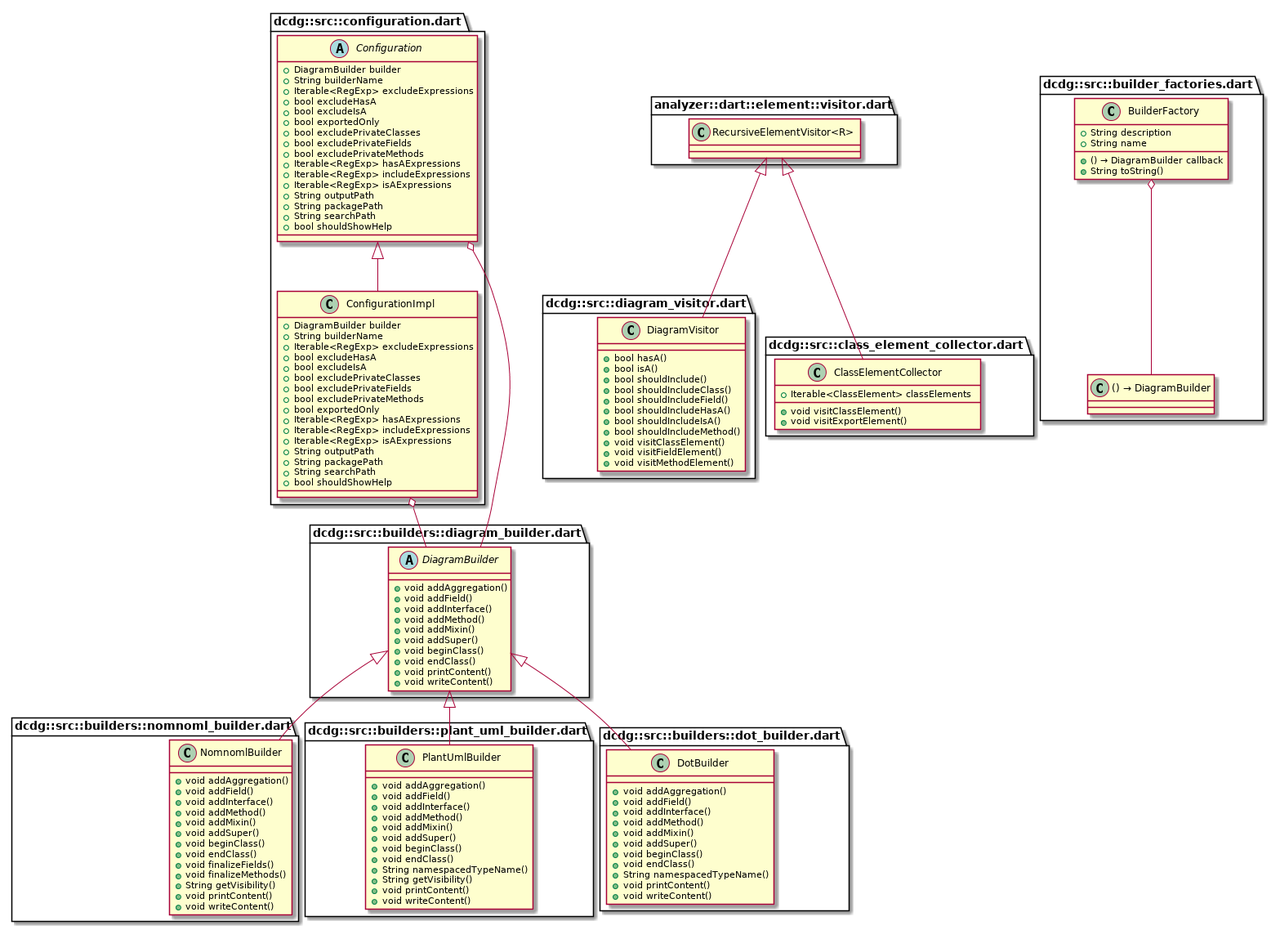
Earlier version of the PlantUML export example/dcdg.png (glesica/dcdg.dart).
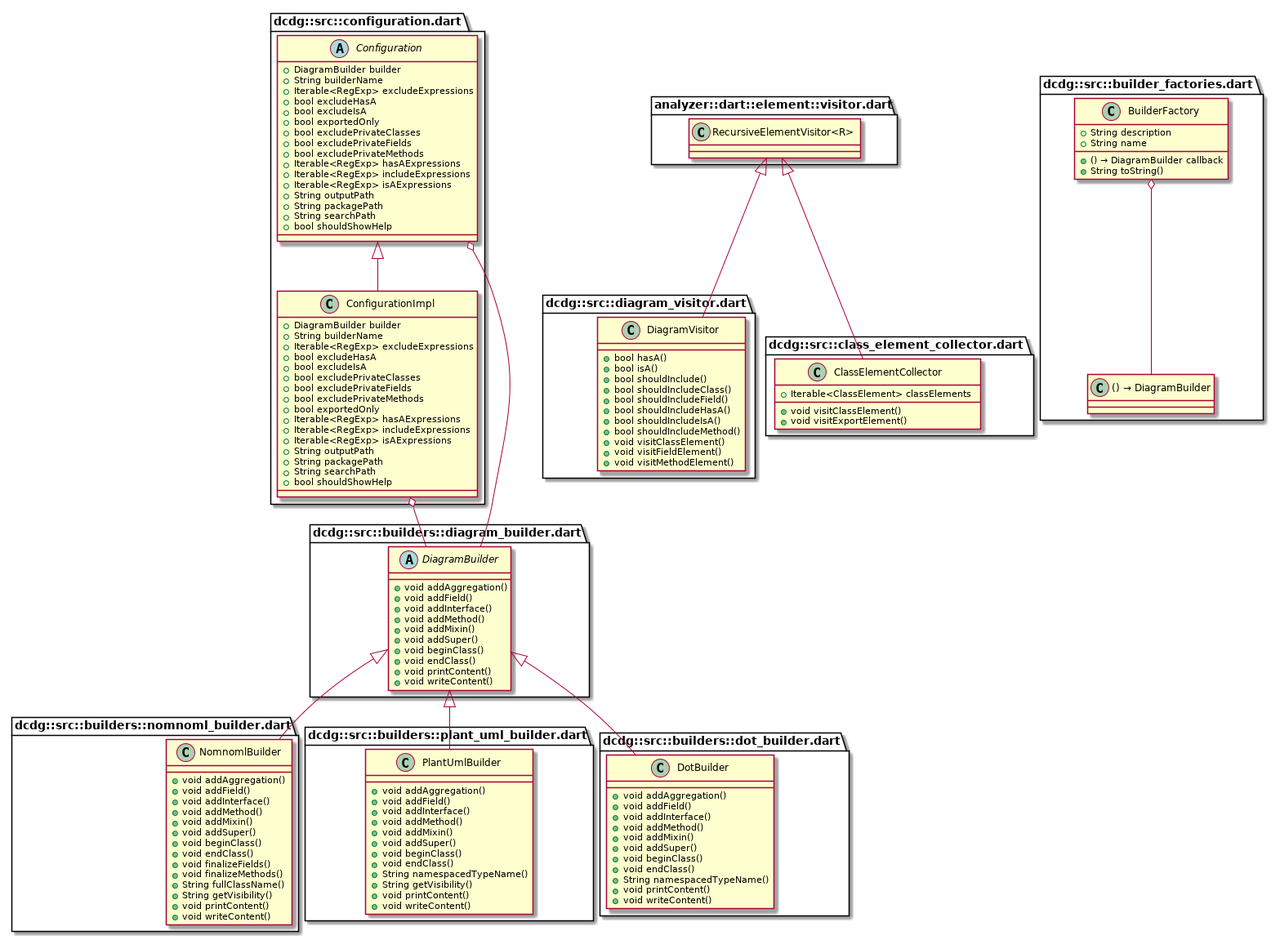
After the commit.

Diff of the diagram source:
```diff
@@ -71,6 +71,7 @@
   +void endClass()
   +void finalizeFields()
   +void finalizeMethods()
+  +String fullClassName()
   +String getVisibility()
   +void printContent()
   +void writeContent()
```
